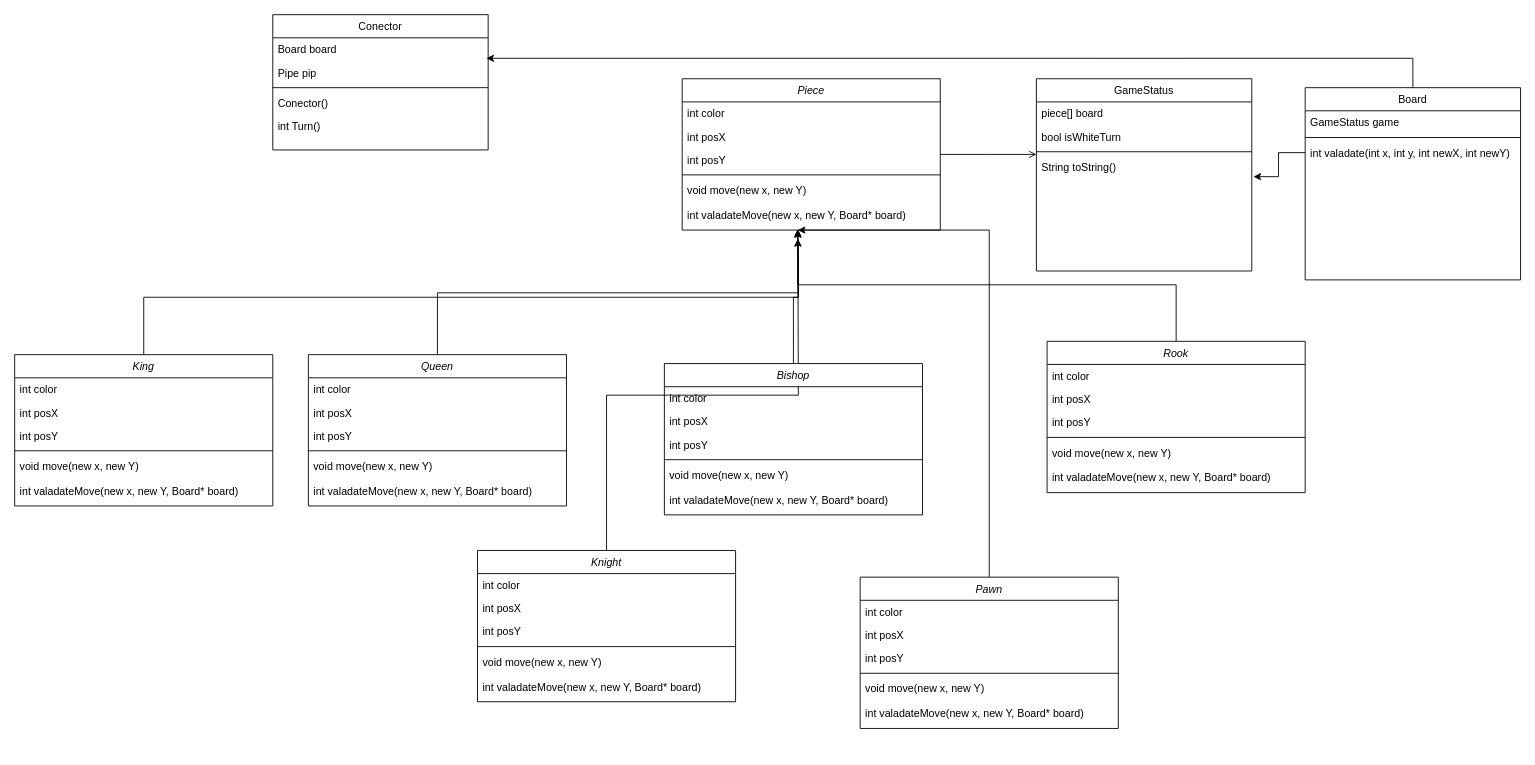
Above: ClassesUml.drawio in gali-yefet/Chess_Game (draw.io), before the change. Source tidied: cells renumbered, new cells numbered last; positions are measured from the earlier drawing's top-left corner, leaving out a move shared by most shapes. Both pictures are drawn from the tidied source at 89%, with x=0, y=0 at pixel (14, 14).
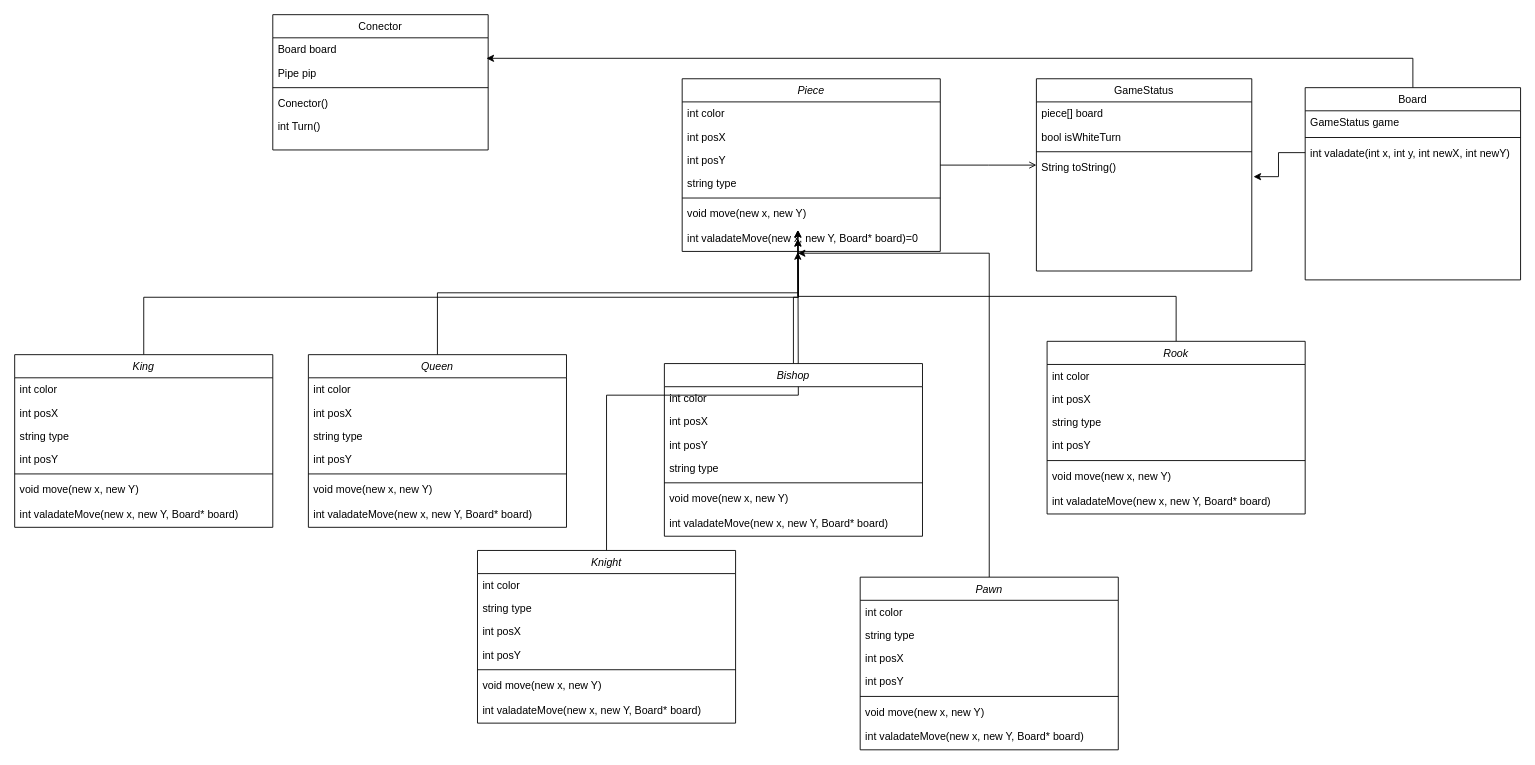
The same page after the edit.

Commit message:
added type filed

The edit, as a diff of the source:
```diff
@@
     <mxCell id="9" value="Pawn" style="swimlane;fontStyle=2;align=center;verticalAlign=top;horizontal=1;startSize=26;rounded=0;shadow=0;strokeWidth=1;" parent="1" vertex="1">
-      <mxGeometry x="950" y="632" width="290" height="170" as="geometry" />
+      <mxGeometry x="950" y="632" width="290" height="194" as="geometry" />
     </mxCell>
@@
+    <mxCell id="75" value="string type" style="text;align=left;verticalAlign=top;spacingLeft=4;spacingRight=4;overflow=hidden;rounded=0;shadow=0;html=0;" parent="9" vertex="1">
+      <mxGeometry y="52" width="290" height="26" as="geometry" />
+    </mxCell>
     <mxCell id="11" value="int posX" style="text;align=left;verticalAlign=top;spacingLeft=4;spacingRight=4;overflow=hidden;rounded=0;shadow=0;html=0;" parent="9" vertex="1">
-      <mxGeometry y="52" width="290" height="26" as="geometry" />
+      <mxGeometry y="78" width="290" height="26" as="geometry" />
     </mxCell>
     <mxCell id="12" value="int posY" style="text;align=left;verticalAlign=top;spacingLeft=4;spacingRight=4;overflow=hidden;rounded=0;shadow=0;html=0;" parent="9" vertex="1">
-      <mxGeometry y="78" width="290" height="26" as="geometry" />
+      <mxGeometry y="104" width="290" height="26" as="geometry" />
     </mxCell>
     <mxCell id="13" style="line;html=1;strokeWidth=1;align=left;verticalAlign=middle;spacingTop=-1;spacingLeft=3;spacingRight=3;labelPosition=right;" parent="9" vertex="1">
-      <mxGeometry y="104" width="290" height="8" as="geometry" />
+      <mxGeometry y="130" width="290" height="8" as="geometry" />
     </mxCell>
     <mxCell id="14" value="void move(new x, new Y)" style="text;align=left;verticalAlign=top;spacingLeft=4;spacingRight=4;overflow=hidden;" parent="9" vertex="1">
-      <mxGeometry y="112" width="290" height="26" as="geometry" />
+      <mxGeometry y="138" width="290" height="26" as="geometry" />
     </mxCell>
     <mxCell id="15" value="int valadateMove(new x, new Y, Board* board)" style="text;strokeColor=none;fillColor=none;align=left;verticalAlign=middle;spacingLeft=4;spacingRight=4;overflow=hidden;" parent="9" vertex="1">
-      <mxGeometry y="138" width="290" height="30" as="geometry" />
+      <mxGeometry y="164" width="290" height="30" as="geometry" />
     </mxCell>
@@
     <mxCell id="17" value="Knight" style="swimlane;fontStyle=2;align=center;verticalAlign=top;horizontal=1;startSize=26;rounded=0;shadow=0;strokeWidth=1;" parent="1" vertex="1">
-      <mxGeometry x="520" y="602" width="290" height="170" as="geometry" />
+      <mxGeometry x="520" y="602" width="290" height="194" as="geometry" />
     </mxCell>
@@
+    <mxCell id="76" value="string type" style="text;align=left;verticalAlign=top;spacingLeft=4;spacingRight=4;overflow=hidden;rounded=0;shadow=0;html=0;" parent="17" vertex="1">
+      <mxGeometry y="52" width="290" height="26" as="geometry" />
+    </mxCell>
     <mxCell id="19" value="int posX" style="text;align=left;verticalAlign=top;spacingLeft=4;spacingRight=4;overflow=hidden;rounded=0;shadow=0;html=0;" parent="17" vertex="1">
-      <mxGeometry y="52" width="290" height="26" as="geometry" />
+      <mxGeometry y="78" width="290" height="26" as="geometry" />
     </mxCell>
     <mxCell id="20" value="int posY" style="text;align=left;verticalAlign=top;spacingLeft=4;spacingRight=4;overflow=hidden;rounded=0;shadow=0;html=0;" parent="17" vertex="1">
-      <mxGeometry y="78" width="290" height="26" as="geometry" />
+      <mxGeometry y="104" width="290" height="26" as="geometry" />
     </mxCell>
     <mxCell id="21" style="line;html=1;strokeWidth=1;align=left;verticalAlign=middle;spacingTop=-1;spacingLeft=3;spacingRight=3;labelPosition=right;" parent="17" vertex="1">
-      <mxGeometry y="104" width="290" height="8" as="geometry" />
+      <mxGeometry y="130" width="290" height="8" as="geometry" />
     </mxCell>
     <mxCell id="22" value="void move(new x, new Y)" style="text;align=left;verticalAlign=top;spacingLeft=4;spacingRight=4;overflow=hidden;" parent="17" vertex="1">
-      <mxGeometry y="112" width="290" height="26" as="geometry" />
+      <mxGeometry y="138" width="290" height="26" as="geometry" />
     </mxCell>
     <mxCell id="23" value="int valadateMove(new x, new Y, Board* board)" style="text;strokeColor=none;fillColor=none;align=left;verticalAlign=middle;spacingLeft=4;spacingRight=4;overflow=hidden;" parent="17" vertex="1">
-      <mxGeometry y="138" width="290" height="30" as="geometry" />
+      <mxGeometry y="164" width="290" height="30" as="geometry" />
     </mxCell>
@@
     <mxCell id="25" value="King" style="swimlane;fontStyle=2;align=center;verticalAlign=top;horizontal=1;startSize=26;rounded=0;shadow=0;strokeWidth=1;" parent="1" vertex="1">
-      <mxGeometry y="382" width="290" height="170" as="geometry" />
+      <mxGeometry y="382" width="290" height="194" as="geometry" />
     </mxCell>
@@
+    <mxCell id="77" value="string type" style="text;align=left;verticalAlign=top;spacingLeft=4;spacingRight=4;overflow=hidden;rounded=0;shadow=0;html=0;" parent="25" vertex="1">
+      <mxGeometry y="78" width="290" height="26" as="geometry" />
+    </mxCell>
     <mxCell id="28" value="int posY" style="text;align=left;verticalAlign=top;spacingLeft=4;spacingRight=4;overflow=hidden;rounded=0;shadow=0;html=0;" parent="25" vertex="1">
-      <mxGeometry y="78" width="290" height="26" as="geometry" />
+      <mxGeometry y="104" width="290" height="26" as="geometry" />
     </mxCell>
     <mxCell id="29" style="line;html=1;strokeWidth=1;align=left;verticalAlign=middle;spacingTop=-1;spacingLeft=3;spacingRight=3;labelPosition=right;" parent="25" vertex="1">
-      <mxGeometry y="104" width="290" height="8" as="geometry" />
+      <mxGeometry y="130" width="290" height="8" as="geometry" />
     </mxCell>
     <mxCell id="30" value="void move(new x, new Y)" style="text;align=left;verticalAlign=top;spacingLeft=4;spacingRight=4;overflow=hidden;" parent="25" vertex="1">
-      <mxGeometry y="112" width="290" height="26" as="geometry" />
+      <mxGeometry y="138" width="290" height="26" as="geometry" />
     </mxCell>
     <mxCell id="31" value="int valadateMove(new x, new Y, Board* board)" style="text;strokeColor=none;fillColor=none;align=left;verticalAlign=middle;spacingLeft=4;spacingRight=4;overflow=hidden;" parent="25" vertex="1">
-      <mxGeometry y="138" width="290" height="30" as="geometry" />
+      <mxGeometry y="164" width="290" height="30" as="geometry" />
     </mxCell>
@@
     <mxCell id="33" value="Queen" style="swimlane;fontStyle=2;align=center;verticalAlign=top;horizontal=1;startSize=26;rounded=0;shadow=0;strokeWidth=1;" parent="1" vertex="1">
-      <mxGeometry x="330" y="382" width="290" height="170" as="geometry" />
+      <mxGeometry x="330" y="382" width="290" height="194" as="geometry" />
     </mxCell>
@@
+    <mxCell id="78" value="string type" style="text;align=left;verticalAlign=top;spacingLeft=4;spacingRight=4;overflow=hidden;rounded=0;shadow=0;html=0;" parent="33" vertex="1">
+      <mxGeometry y="78" width="290" height="26" as="geometry" />
+    </mxCell>
     <mxCell id="36" value="int posY" style="text;align=left;verticalAlign=top;spacingLeft=4;spacingRight=4;overflow=hidden;rounded=0;shadow=0;html=0;" parent="33" vertex="1">
-      <mxGeometry y="78" width="290" height="26" as="geometry" />
+      <mxGeometry y="104" width="290" height="26" as="geometry" />
     </mxCell>
     <mxCell id="37" style="line;html=1;strokeWidth=1;align=left;verticalAlign=middle;spacingTop=-1;spacingLeft=3;spacingRight=3;labelPosition=right;" parent="33" vertex="1">
-      <mxGeometry y="104" width="290" height="8" as="geometry" />
+      <mxGeometry y="130" width="290" height="8" as="geometry" />
     </mxCell>
     <mxCell id="38" value="void move(new x, new Y)" style="text;align=left;verticalAlign=top;spacingLeft=4;spacingRight=4;overflow=hidden;" parent="33" vertex="1">
-      <mxGeometry y="112" width="290" height="26" as="geometry" />
+      <mxGeometry y="138" width="290" height="26" as="geometry" />
     </mxCell>
     <mxCell id="39" value="int valadateMove(new x, new Y, Board* board)" style="text;strokeColor=none;fillColor=none;align=left;verticalAlign=middle;spacingLeft=4;spacingRight=4;overflow=hidden;" parent="33" vertex="1">
-      <mxGeometry y="138" width="290" height="30" as="geometry" />
+      <mxGeometry y="164" width="290" height="30" as="geometry" />
     </mxCell>
@@
     <mxCell id="41" value="Bishop" style="swimlane;fontStyle=2;align=center;verticalAlign=top;horizontal=1;startSize=26;rounded=0;shadow=0;strokeWidth=1;" parent="1" vertex="1">
-      <mxGeometry x="730" y="392" width="290" height="170" as="geometry" />
+      <mxGeometry x="730" y="392" width="290" height="194" as="geometry" />
     </mxCell>
@@
+    <mxCell id="79" value="string type" style="text;align=left;verticalAlign=top;spacingLeft=4;spacingRight=4;overflow=hidden;rounded=0;shadow=0;html=0;" parent="41" vertex="1">
+      <mxGeometry y="104" width="290" height="26" as="geometry" />
+    </mxCell>
     <mxCell id="45" style="line;html=1;strokeWidth=1;align=left;verticalAlign=middle;spacingTop=-1;spacingLeft=3;spacingRight=3;labelPosition=right;" parent="41" vertex="1">
-      <mxGeometry y="104" width="290" height="8" as="geometry" />
+      <mxGeometry y="130" width="290" height="8" as="geometry" />
     </mxCell>
     <mxCell id="46" value="void move(new x, new Y)" style="text;align=left;verticalAlign=top;spacingLeft=4;spacingRight=4;overflow=hidden;" parent="41" vertex="1">
-      <mxGeometry y="112" width="290" height="26" as="geometry" />
+      <mxGeometry y="138" width="290" height="26" as="geometry" />
     </mxCell>
     <mxCell id="47" value="int valadateMove(new x, new Y, Board* board)" style="text;strokeColor=none;fillColor=none;align=left;verticalAlign=middle;spacingLeft=4;spacingRight=4;overflow=hidden;" parent="41" vertex="1">
-      <mxGeometry y="138" width="290" height="30" as="geometry" />
+      <mxGeometry y="164" width="290" height="30" as="geometry" />
     </mxCell>
@@
     <mxCell id="49" value="Rook" style="swimlane;fontStyle=2;align=center;verticalAlign=top;horizontal=1;startSize=26;rounded=0;shadow=0;strokeWidth=1;" parent="1" vertex="1">
-      <mxGeometry x="1160" y="367" width="290" height="170" as="geometry" />
+      <mxGeometry x="1160" y="367" width="290" height="194" as="geometry" />
     </mxCell>
@@
+    <mxCell id="80" value="string type" style="text;align=left;verticalAlign=top;spacingLeft=4;spacingRight=4;overflow=hidden;rounded=0;shadow=0;html=0;" parent="49" vertex="1">
+      <mxGeometry y="78" width="290" height="26" as="geometry" />
+    </mxCell>
     <mxCell id="52" value="int posY" style="text;align=left;verticalAlign=top;spacingLeft=4;spacingRight=4;overflow=hidden;rounded=0;shadow=0;html=0;" parent="49" vertex="1">
-      <mxGeometry y="78" width="290" height="26" as="geometry" />
+      <mxGeometry y="104" width="290" height="26" as="geometry" />
     </mxCell>
     <mxCell id="53" style="line;html=1;strokeWidth=1;align=left;verticalAlign=middle;spacingTop=-1;spacingLeft=3;spacingRight=3;labelPosition=right;" parent="49" vertex="1">
-      <mxGeometry y="104" width="290" height="8" as="geometry" />
+      <mxGeometry y="130" width="290" height="8" as="geometry" />
     </mxCell>
     <mxCell id="54" value="void move(new x, new Y)" style="text;align=left;verticalAlign=top;spacingLeft=4;spacingRight=4;overflow=hidden;" parent="49" vertex="1">
-      <mxGeometry y="112" width="290" height="26" as="geometry" />
+      <mxGeometry y="138" width="290" height="26" as="geometry" />
     </mxCell>
     <mxCell id="55" value="int valadateMove(new x, new Y, Board* board)" style="text;strokeColor=none;fillColor=none;align=left;verticalAlign=middle;spacingLeft=4;spacingRight=4;overflow=hidden;" parent="49" vertex="1">
-      <mxGeometry y="138" width="290" height="30" as="geometry" />
+      <mxGeometry y="164" width="290" height="30" as="geometry" />
     </mxCell>
@@
     <mxCell id="62" value="Piece" style="swimlane;fontStyle=2;align=center;verticalAlign=top;horizontal=1;startSize=26;rounded=0;shadow=0;strokeWidth=1;" parent="1" vertex="1">
-      <mxGeometry x="750" y="72" width="290" height="170" as="geometry" />
+      <mxGeometry x="750" y="72" width="290" height="194" as="geometry" />
     </mxCell>
@@
+    <mxCell id="81" value="string type" style="text;align=left;verticalAlign=top;spacingLeft=4;spacingRight=4;overflow=hidden;rounded=0;shadow=0;html=0;" parent="62" vertex="1">
+      <mxGeometry y="104" width="290" height="26" as="geometry" />
+    </mxCell>
     <mxCell id="66" style="line;html=1;strokeWidth=1;align=left;verticalAlign=middle;spacingTop=-1;spacingLeft=3;spacingRight=3;labelPosition=right;" parent="62" vertex="1">
-      <mxGeometry y="104" width="290" height="8" as="geometry" />
+      <mxGeometry y="130" width="290" height="8" as="geometry" />
     </mxCell>
     <mxCell id="67" value="void move(new x, new Y)" style="text;align=left;verticalAlign=top;spacingLeft=4;spacingRight=4;overflow=hidden;" parent="62" vertex="1">
-      <mxGeometry y="112" width="290" height="26" as="geometry" />
+      <mxGeometry y="138" width="290" height="26" as="geometry" />
     </mxCell>
-    <mxCell id="68" value="int valadateMove(new x, new Y, Board* board)" style="text;strokeColor=none;fillColor=none;align=left;verticalAlign=middle;spacingLeft=4;spacingRight=4;overflow=hidden;points=[[0,0.5],[1,0.5]];portConstraint=eastwest;" parent="62" vertex="1">
-      <mxGeometry y="138" width="290" height="30" as="geometry" />
+    <mxCell id="68" value="int valadateMove(new x, new Y, Board* board)=0" style="text;strokeColor=none;fillColor=none;align=left;verticalAlign=middle;spacingLeft=4;spacingRight=4;overflow=hidden;points=[[0,0.5],[1,0.5]];portConstraint=eastwest;" parent="62" vertex="1">
+      <mxGeometry y="164" width="290" height="30" as="geometry" />
     </mxCell>
```
